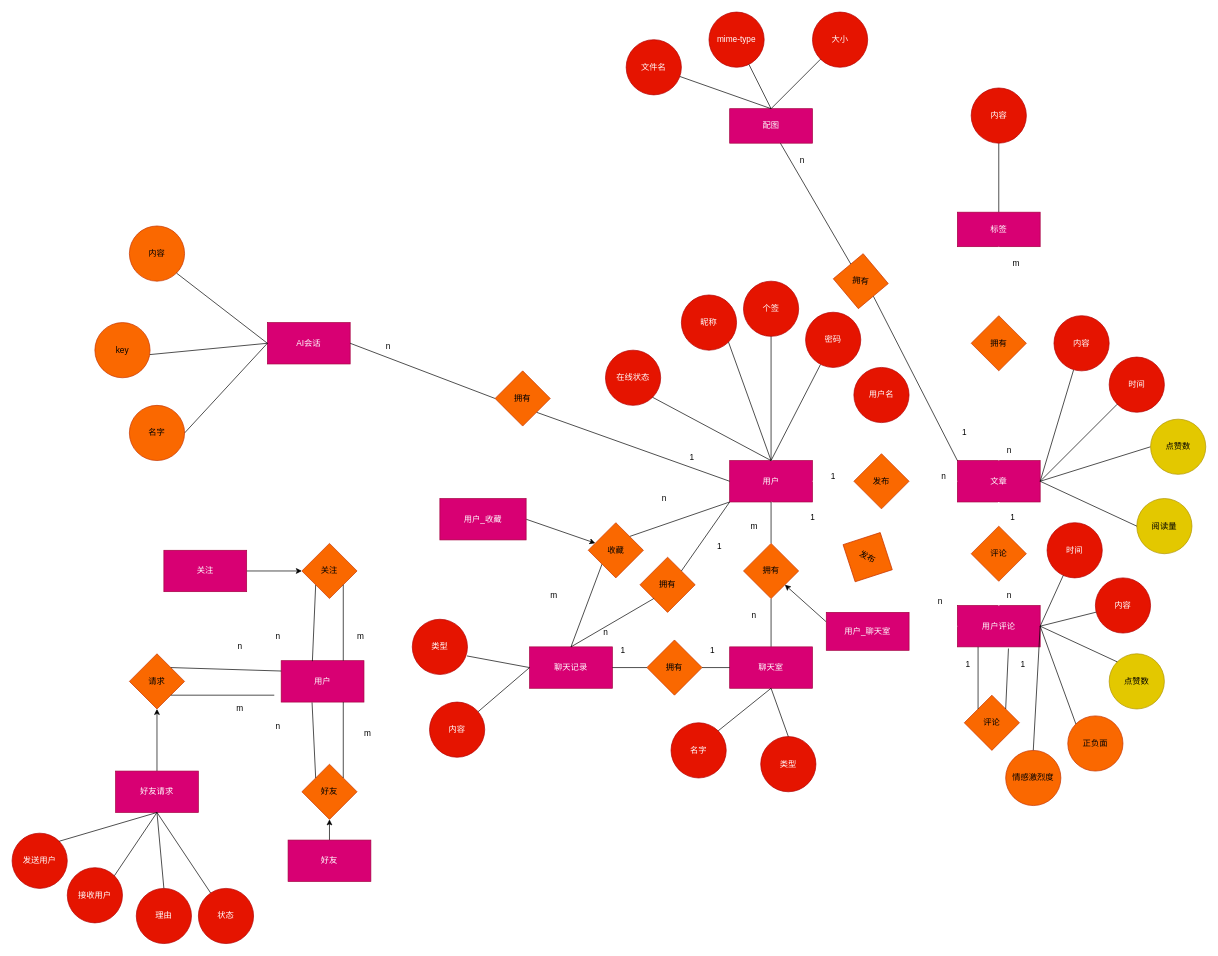
weicanie/coderhow-backend keeps this draw.io diagram as prisma/E-R.drawio. Above is the earlier version. Source tidied: cells renumbered, new cells numbered last; positions are measured from the earlier drawing's top-left corner, leaving out a move shared by most shapes. Both pictures are drawn from the tidied source at 69%, with x=0, y=0 at pixel (12, 12).
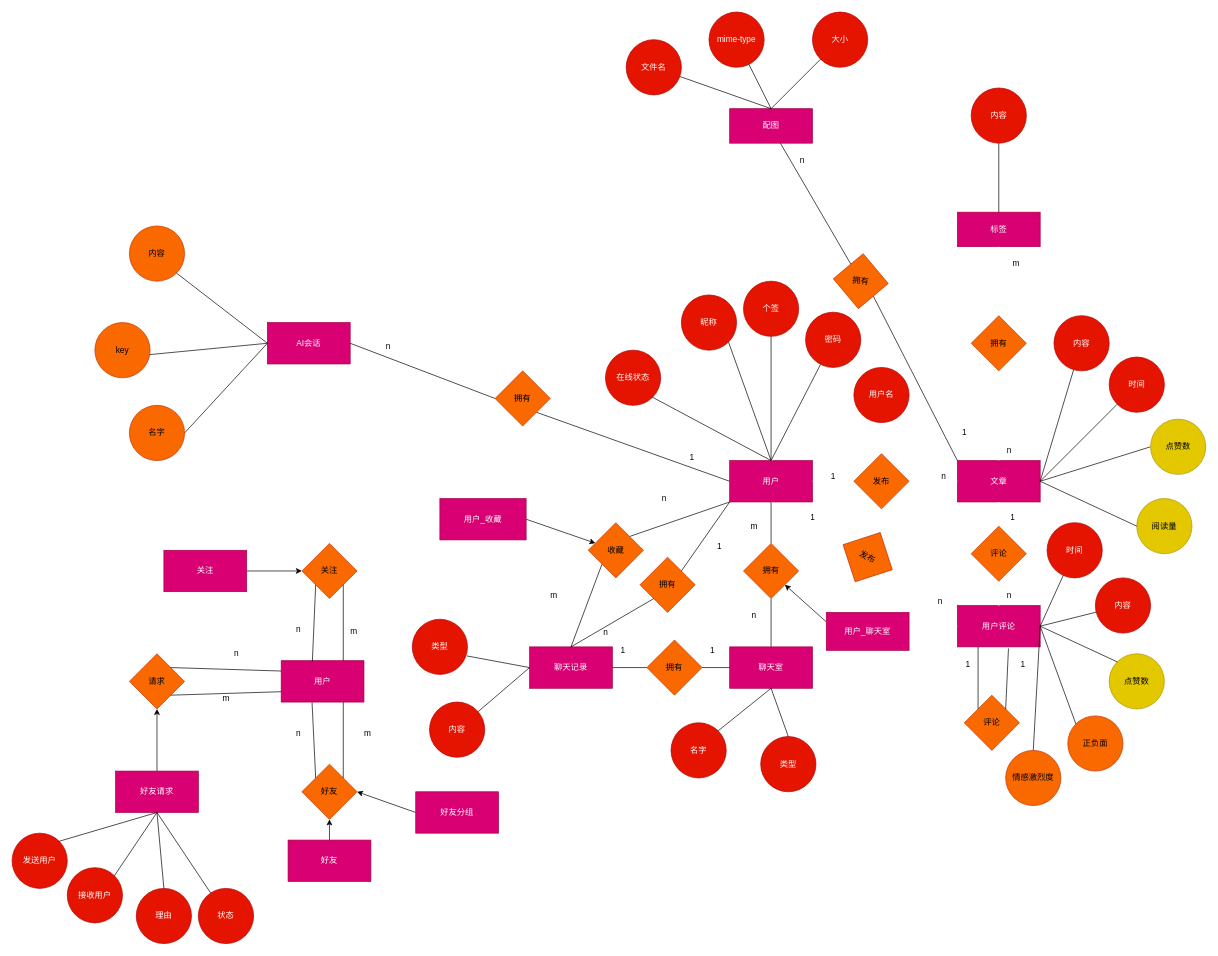
After the change.

The change refers to these unchanged cells:
```xml
<mxCell id="115" value="用户" style="rounded=0;whiteSpace=wrap;html=1;fillColor=#d80073;fontColor=#ffffff;strokeColor=#A50040;" parent="1" vertex="1">
  <mxGeometry x="390" y="940" width="120" height="60" as="geometry" />
</mxCell>
<mxCell id="123" value="好友" style="rhombus;whiteSpace=wrap;html=1;fillColor=#fa6800;fontColor=#000000;strokeColor=#C73500;" parent="1" vertex="1">
  <mxGeometry x="420" y="1090" width="80" height="80" as="geometry" />
</mxCell>
<mxCell id="131" value="请求" style="rhombus;whiteSpace=wrap;html=1;fillColor=#fa6800;fontColor=#000000;strokeColor=#C73500;" parent="1" vertex="1">
  <mxGeometry x="170" y="930" width="80" height="80" as="geometry" />
</mxCell>
```

Change to the diagram source:
```diff
@@
     <mxCell id="119" value="n" style="text;html=1;align=center;verticalAlign=middle;strokeColor=none;fillColor=none;" parent="1" vertex="1">
-      <mxGeometry x="370" y="890" width="30" height="30" as="geometry" />
+      <mxGeometry x="400" y="880" width="30" height="30" as="geometry" />
     </mxCell>
     <mxCell id="120" value="m" style="text;html=1;align=center;verticalAlign=middle;strokeColor=none;fillColor=none;" parent="1" vertex="1">
-      <mxGeometry x="490" y="890" width="30" height="30" as="geometry" />
+      <mxGeometry x="480" y="882.5" width="30" height="30" as="geometry" />
     </mxCell>
@@
     <mxCell id="126" value="n" style="text;html=1;align=center;verticalAlign=middle;strokeColor=none;fillColor=none;" parent="1" vertex="1">
-      <mxGeometry x="370" y="1020" width="30" height="30" as="geometry" />
+      <mxGeometry x="400" y="1030" width="30" height="30" as="geometry" />
     </mxCell>
@@
-    <mxCell id="133" style="endArrow=none;html=1;exitX=1;exitY=1;exitDx=0;exitDy=0;" parent="1" edge="1" source="131">
-      <mxGeometry relative="1" as="geometry">
-        <mxPoint x="380" y="990" as="targetPoint" />
-      </mxGeometry>
+    <mxCell id="133" style="endArrow=none;html=1;exitX=1;exitY=1;exitDx=0;exitDy=0;entryX=0;entryY=0.75;entryDx=0;entryDy=0;" parent="1" edge="1" source="131" target="115">
+      <mxGeometry relative="1" as="geometry" />
     </mxCell>
     <mxCell id="134" value="n" style="text;html=1;align=center;verticalAlign=middle;strokeColor=none;fillColor=none;" parent="1" vertex="1">
-      <mxGeometry x="315" y="905" width="30" height="30" as="geometry" />
+      <mxGeometry x="310" y="915" width="30" height="30" as="geometry" />
     </mxCell>
     <mxCell id="135" value="m" style="text;html=1;align=center;verticalAlign=middle;strokeColor=none;fillColor=none;" parent="1" vertex="1">
-      <mxGeometry x="315" y="995" width="30" height="30" as="geometry" />
+      <mxGeometry x="295" y="980" width="30" height="30" as="geometry" />
     </mxCell>
@@
+    <mxCell id="147" style="edgeStyle=none;html=1;exitX=0;exitY=0.5;exitDx=0;exitDy=0;entryX=1;entryY=0.5;entryDx=0;entryDy=0;" parent="1" edge="1" source="148" target="123">
+      <mxGeometry relative="1" as="geometry" />
+    </mxCell>
+    <mxCell id="148" value="好友分组" style="whiteSpace=wrap;html=1;fillColor=#d80073;fontColor=#ffffff;strokeColor=#A50040;" parent="1" vertex="1">
+      <mxGeometry x="585" y="1130" width="120" height="60" as="geometry" />
+    </mxCell>
```
